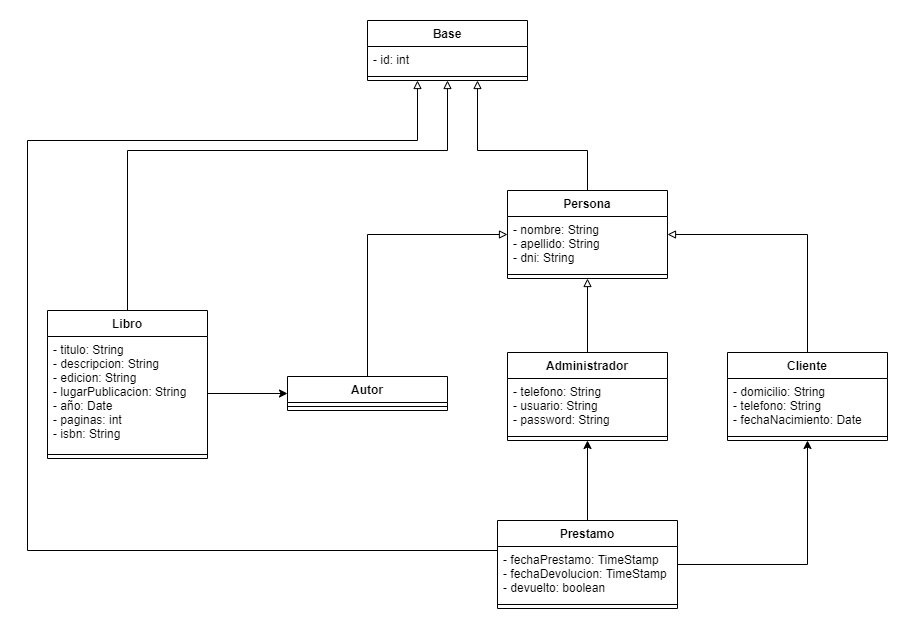
Before: diagram.png, a diagram exported from draw.io (mtsluna/finalLab). Source tidied: cells renumbered, new cells last; positions are measured from the earlier drawing's top-left corner, leaving out a move shared by most shapes. Source of this version:
```xml
<mxGraphModel>
  <root>
    <mxCell id="0" />
    <mxCell id="1" parent="0" />
    <mxCell id="2" style="edgeStyle=orthogonalEdgeStyle;rounded=0;jettySize=auto;html=1;entryX=0.5;entryY=0;entryDx=0;entryDy=0;endArrow=none;endFill=0;startArrow=block;startFill=0;" parent="1" edge="1" source="6" target="12">
      <mxGeometry relative="1" as="geometry" />
    </mxCell>
    <mxCell id="3" style="edgeStyle=orthogonalEdgeStyle;rounded=0;jettySize=auto;html=1;entryX=0.5;entryY=0;entryDx=0;entryDy=0;startArrow=block;startFill=0;endArrow=none;endFill=0;" parent="1" edge="1" source="6" target="14">
      <mxGeometry relative="1" as="geometry" />
    </mxCell>
    <mxCell id="4" style="edgeStyle=orthogonalEdgeStyle;rounded=0;jettySize=auto;html=1;entryX=0.5;entryY=0;entryDx=0;entryDy=0;startArrow=block;startFill=0;endArrow=none;endFill=0;" parent="1" edge="1" source="6" target="9">
      <mxGeometry relative="1" as="geometry" />
    </mxCell>
    <mxCell id="5" style="edgeStyle=orthogonalEdgeStyle;rounded=0;jettySize=auto;html=1;startArrow=none;startFill=0;endArrow=block;endFill=0;" parent="1" edge="1" source="6">
      <mxGeometry relative="1" as="geometry">
        <mxPoint x="450" y="60" as="targetPoint" />
        <Array as="points">
          <mxPoint x="560" y="130" />
          <mxPoint x="450" y="130" />
          <mxPoint x="450" y="60" />
        </Array>
      </mxGeometry>
    </mxCell>
    <mxCell id="6" value="Persona" style="swimlane;fontStyle=1;align=center;verticalAlign=top;horizontal=1;startSize=26;" parent="1" vertex="1">
      <mxGeometry x="480" y="170" width="160" height="88" as="geometry" />
    </mxCell>
    <mxCell id="7" value="- nombre: String&#10;- apellido: String&#10;- dni: String" style="text;strokeColor=none;fillColor=none;align=left;verticalAlign=top;spacingLeft=4;spacingRight=4;overflow=hidden;" parent="6" vertex="1">
      <mxGeometry y="26" width="160" height="54" as="geometry" />
    </mxCell>
    <mxCell id="8" style="line;strokeWidth=1;fillColor=none;align=left;verticalAlign=middle;spacingTop=-1;spacingLeft=3;spacingRight=3;labelPosition=right;" parent="6" vertex="1">
      <mxGeometry y="80" width="160" height="8" as="geometry" />
    </mxCell>
    <mxCell id="9" value="Cliente" style="swimlane;fontStyle=1;align=center;verticalAlign=top;horizontal=1;startSize=26;" parent="1" vertex="1">
      <mxGeometry x="700" y="332" width="160" height="88" as="geometry" />
    </mxCell>
    <mxCell id="10" value="- domicilio: String&#10;- telefono: String&#10;- fechaNacimiento: Date" style="text;strokeColor=none;fillColor=none;align=left;verticalAlign=top;spacingLeft=4;spacingRight=4;overflow=hidden;" parent="9" vertex="1">
      <mxGeometry y="26" width="160" height="54" as="geometry" />
    </mxCell>
    <mxCell id="11" style="line;strokeWidth=1;fillColor=none;align=left;verticalAlign=middle;spacingTop=-1;spacingLeft=3;spacingRight=3;labelPosition=right;" parent="9" vertex="1">
      <mxGeometry y="80" width="160" height="8" as="geometry" />
    </mxCell>
    <mxCell id="12" value="Autor" style="swimlane;fontStyle=1;align=center;verticalAlign=top;horizontal=1;startSize=26;" parent="1" vertex="1">
      <mxGeometry x="260" y="356" width="160" height="34" as="geometry" />
    </mxCell>
    <mxCell id="13" style="line;strokeWidth=1;fillColor=none;align=left;verticalAlign=middle;spacingTop=-1;spacingLeft=3;spacingRight=3;labelPosition=right;" parent="12" vertex="1">
      <mxGeometry y="26" width="160" height="8" as="geometry" />
    </mxCell>
    <mxCell id="14" value="Administrador" style="swimlane;fontStyle=1;align=center;verticalAlign=top;horizontal=1;startSize=26;" parent="1" vertex="1">
      <mxGeometry x="480" y="332" width="160" height="88" as="geometry" />
    </mxCell>
    <mxCell id="15" value="- telefono: String&#10;- usuario: String&#10;- password: String" style="text;strokeColor=none;fillColor=none;align=left;verticalAlign=top;spacingLeft=4;spacingRight=4;overflow=hidden;" parent="14" vertex="1">
      <mxGeometry y="26" width="160" height="54" as="geometry" />
    </mxCell>
    <mxCell id="16" style="line;strokeWidth=1;fillColor=none;align=left;verticalAlign=middle;spacingTop=-1;spacingLeft=3;spacingRight=3;labelPosition=right;" parent="14" vertex="1">
      <mxGeometry y="80" width="160" height="8" as="geometry" />
    </mxCell>
    <mxCell id="17" style="edgeStyle=orthogonalEdgeStyle;rounded=0;jettySize=auto;html=1;entryX=0.5;entryY=1;entryDx=0;entryDy=0;startArrow=none;startFill=0;endArrow=classic;endFill=1;" parent="1" edge="1" source="20" target="14">
      <mxGeometry relative="1" as="geometry" />
    </mxCell>
    <mxCell id="18" style="edgeStyle=orthogonalEdgeStyle;rounded=0;jettySize=auto;html=1;entryX=0.5;entryY=1;entryDx=0;entryDy=0;startArrow=none;startFill=0;endArrow=classic;endFill=1;" parent="1" edge="1" source="20" target="9">
      <mxGeometry relative="1" as="geometry" />
    </mxCell>
    <mxCell id="19" style="edgeStyle=orthogonalEdgeStyle;rounded=0;jettySize=auto;html=1;startArrow=none;startFill=0;endArrow=block;endFill=0;" parent="1" edge="1" source="20" target="30">
      <mxGeometry relative="1" as="geometry">
        <Array as="points">
          <mxPoint y="530" />
          <mxPoint y="120" />
          <mxPoint x="390" y="120" />
        </Array>
      </mxGeometry>
    </mxCell>
    <mxCell id="20" value="Prestamo" style="swimlane;fontStyle=1;align=center;verticalAlign=top;horizontal=1;startSize=26;" parent="1" vertex="1">
      <mxGeometry x="470" y="500" width="180" height="88" as="geometry" />
    </mxCell>
    <mxCell id="21" value="- fechaPrestamo: TimeStamp&#10;- fechaDevolucion: TimeStamp&#10;- devuelto: boolean" style="text;strokeColor=none;fillColor=none;align=left;verticalAlign=top;spacingLeft=4;spacingRight=4;overflow=hidden;" parent="20" vertex="1">
      <mxGeometry y="26" width="180" height="54" as="geometry" />
    </mxCell>
    <mxCell id="22" style="line;strokeWidth=1;fillColor=none;align=left;verticalAlign=middle;spacingTop=-1;spacingLeft=3;spacingRight=3;labelPosition=right;" parent="20" vertex="1">
      <mxGeometry y="80" width="180" height="8" as="geometry" />
    </mxCell>
    <mxCell id="23" style="edgeStyle=orthogonalEdgeStyle;rounded=0;jettySize=auto;html=1;startArrow=none;startFill=0;endArrow=block;endFill=0;entryX=0.5;entryY=1;entryDx=0;entryDy=0;" parent="1" edge="1" source="24" target="28">
      <mxGeometry relative="1" as="geometry">
        <Array as="points">
          <mxPoint x="100" y="130" />
          <mxPoint x="420" y="130" />
        </Array>
      </mxGeometry>
    </mxCell>
    <mxCell id="24" value="Libro" style="swimlane;fontStyle=1;align=center;verticalAlign=top;horizontal=1;startSize=26;" parent="1" vertex="1">
      <mxGeometry x="20" y="290" width="160" height="148" as="geometry" />
    </mxCell>
    <mxCell id="25" value="- titulo: String&#10;- descripcion: String&#10;- edicion: String&#10;- lugarPublicacion: String&#10;- año: Date&#10;- paginas: int&#10;- isbn: String" style="text;strokeColor=none;fillColor=none;align=left;verticalAlign=top;spacingLeft=4;spacingRight=4;overflow=hidden;points=[[0,0.5],[1,0.5]];portConstraint=eastwest;" parent="24" vertex="1">
      <mxGeometry y="26" width="160" height="114" as="geometry" />
    </mxCell>
    <mxCell id="26" style="line;strokeWidth=1;fillColor=none;align=left;verticalAlign=middle;spacingTop=-1;spacingLeft=3;spacingRight=3;labelPosition=right;" parent="24" vertex="1">
      <mxGeometry y="140" width="160" height="8" as="geometry" />
    </mxCell>
    <mxCell id="27" style="edgeStyle=orthogonalEdgeStyle;rounded=0;jettySize=auto;html=1;" parent="1" edge="1" source="25" target="12">
      <mxGeometry relative="1" as="geometry" />
    </mxCell>
    <mxCell id="28" value="Base" style="swimlane;fontStyle=1;align=center;verticalAlign=top;horizontal=1;startSize=26;" parent="1" vertex="1">
      <mxGeometry x="340" width="160" height="60" as="geometry" />
    </mxCell>
    <mxCell id="29" value="- id: int" style="text;strokeColor=none;fillColor=none;align=left;verticalAlign=top;spacingLeft=4;spacingRight=4;overflow=hidden;" parent="28" vertex="1">
      <mxGeometry y="26" width="160" height="26" as="geometry" />
    </mxCell>
    <mxCell id="30" style="line;strokeWidth=1;fillColor=none;align=left;verticalAlign=middle;spacingTop=-1;spacingLeft=3;spacingRight=3;labelPosition=right;points=[];portConstraint=eastwest;" parent="28" vertex="1">
      <mxGeometry y="52" width="160" height="8" as="geometry" />
    </mxCell>
  </root>
</mxGraphModel>
```
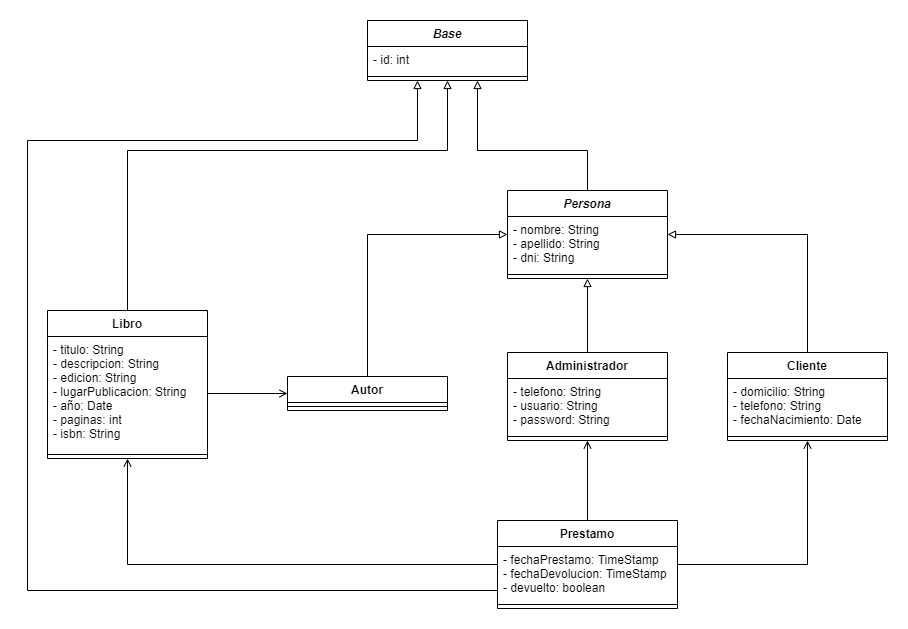
Above is the later version.

Commit message:
update sql dump and diagram

Diff of the diagram source:
```diff
@@ -21,7 +21,7 @@
         </Array>
       </mxGeometry>
     </mxCell>
-    <mxCell id="6" value="Persona" style="swimlane;fontStyle=1;align=center;verticalAlign=top;horizontal=1;startSize=26;" parent="1" vertex="1">
+    <mxCell id="6" value="Persona" style="swimlane;fontStyle=3;align=center;verticalAlign=top;horizontal=1;startSize=26;" parent="1" vertex="1">
       <mxGeometry x="480" y="170" width="160" height="88" as="geometry" />
     </mxCell>
     <mxCell id="7" value="- nombre: String&#10;- apellido: String&#10;- dni: String" style="text;strokeColor=none;fillColor=none;align=left;verticalAlign=top;spacingLeft=4;spacingRight=4;overflow=hidden;" parent="6" vertex="1">
@@ -54,21 +54,24 @@
     <mxCell id="16" style="line;strokeWidth=1;fillColor=none;align=left;verticalAlign=middle;spacingTop=-1;spacingLeft=3;spacingRight=3;labelPosition=right;" parent="14" vertex="1">
       <mxGeometry y="80" width="160" height="8" as="geometry" />
     </mxCell>
-    <mxCell id="17" style="edgeStyle=orthogonalEdgeStyle;rounded=0;jettySize=auto;html=1;entryX=0.5;entryY=1;entryDx=0;entryDy=0;startArrow=none;startFill=0;endArrow=classic;endFill=1;" parent="1" edge="1" source="20" target="14">
+    <mxCell id="17" style="edgeStyle=orthogonalEdgeStyle;rounded=0;jettySize=auto;html=1;entryX=0.5;entryY=1;entryDx=0;entryDy=0;startArrow=none;startFill=0;endArrow=open;endFill=0;" parent="1" edge="1" source="20" target="14">
       <mxGeometry relative="1" as="geometry" />
     </mxCell>
-    <mxCell id="18" style="edgeStyle=orthogonalEdgeStyle;rounded=0;jettySize=auto;html=1;entryX=0.5;entryY=1;entryDx=0;entryDy=0;startArrow=none;startFill=0;endArrow=classic;endFill=1;" parent="1" edge="1" source="20" target="9">
+    <mxCell id="18" style="edgeStyle=orthogonalEdgeStyle;rounded=0;jettySize=auto;html=1;entryX=0.5;entryY=1;entryDx=0;entryDy=0;startArrow=none;startFill=0;endArrow=open;endFill=0;" parent="1" edge="1" source="20" target="9">
       <mxGeometry relative="1" as="geometry" />
     </mxCell>
     <mxCell id="19" style="edgeStyle=orthogonalEdgeStyle;rounded=0;jettySize=auto;html=1;startArrow=none;startFill=0;endArrow=block;endFill=0;" parent="1" edge="1" source="20" target="30">
       <mxGeometry relative="1" as="geometry">
         <Array as="points">
-          <mxPoint y="530" />
+          <mxPoint y="570" />
           <mxPoint y="120" />
           <mxPoint x="390" y="120" />
         </Array>
       </mxGeometry>
     </mxCell>
+    <mxCell id="31" style="edgeStyle=orthogonalEdgeStyle;rounded=0;jettySize=auto;html=1;endArrow=open;endFill=0;" parent="1" edge="1" source="20" target="24">
+      <mxGeometry relative="1" as="geometry" />
+    </mxCell>
     <mxCell id="20" value="Prestamo" style="swimlane;fontStyle=1;align=center;verticalAlign=top;horizontal=1;startSize=26;" parent="1" vertex="1">
       <mxGeometry x="470" y="500" width="180" height="88" as="geometry" />
     </mxCell>
@@ -95,10 +98,10 @@
     <mxCell id="26" style="line;strokeWidth=1;fillColor=none;align=left;verticalAlign=middle;spacingTop=-1;spacingLeft=3;spacingRight=3;labelPosition=right;" parent="24" vertex="1">
       <mxGeometry y="140" width="160" height="8" as="geometry" />
     </mxCell>
-    <mxCell id="27" style="edgeStyle=orthogonalEdgeStyle;rounded=0;jettySize=auto;html=1;" parent="1" edge="1" source="25" target="12">
+    <mxCell id="27" style="edgeStyle=orthogonalEdgeStyle;rounded=0;jettySize=auto;html=1;endArrow=open;endFill=0;" parent="1" edge="1" source="25" target="12">
       <mxGeometry relative="1" as="geometry" />
     </mxCell>
-    <mxCell id="28" value="Base" style="swimlane;fontStyle=1;align=center;verticalAlign=top;horizontal=1;startSize=26;" parent="1" vertex="1">
+    <mxCell id="28" value="Base" style="swimlane;fontStyle=3;align=center;verticalAlign=top;horizontal=1;startSize=26;" parent="1" vertex="1">
       <mxGeometry x="340" width="160" height="60" as="geometry" />
     </mxCell>
     <mxCell id="29" value="- id: int" style="text;strokeColor=none;fillColor=none;align=left;verticalAlign=top;spacingLeft=4;spacingRight=4;overflow=hidden;" parent="28" vertex="1">
```
